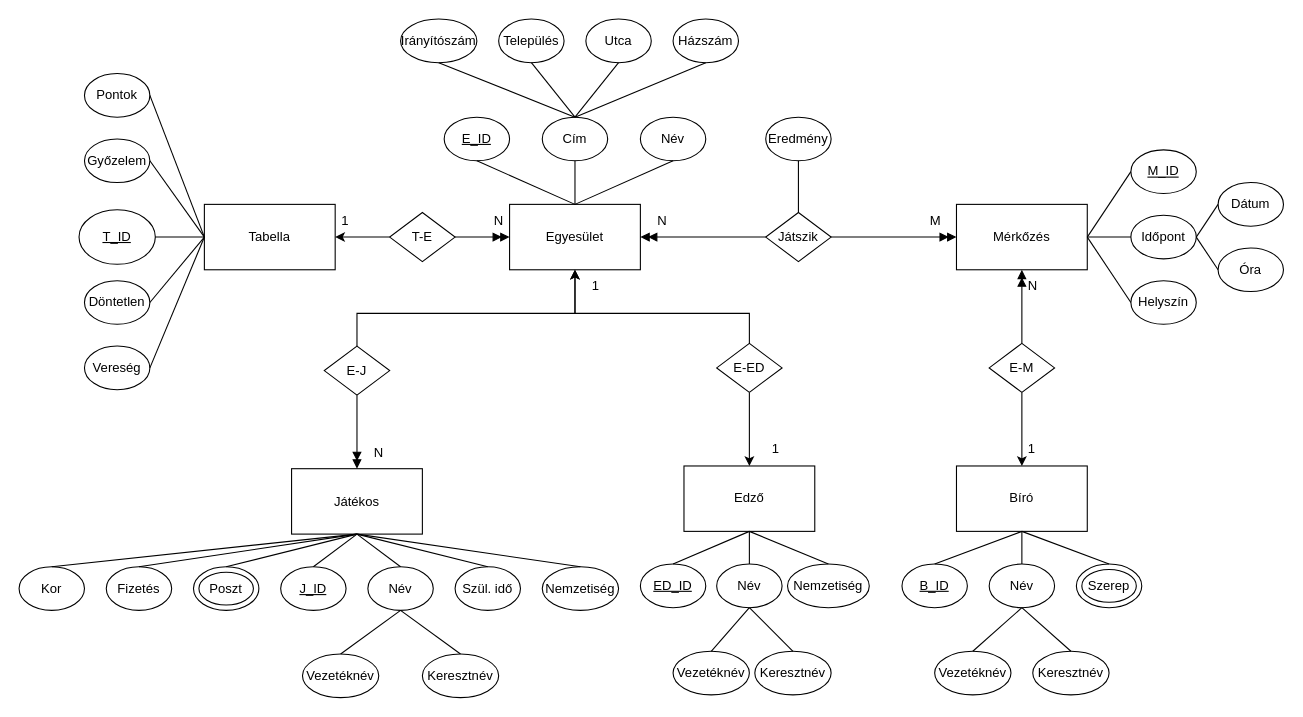
This is XMLTaskWH85ZH/1.Feladat/ERWH85ZH.drawio from NyAgoston/WH85ZH_XMLGyak, a draw.io file, before an edit. Source tidied: cells renumbered, new cells numbered last; positions are measured from the earlier drawing's top-left corner, leaving out a move shared by most shapes. Both pictures are drawn from the tidied source at 109%, with x=0, y=0 at pixel (19, 19).
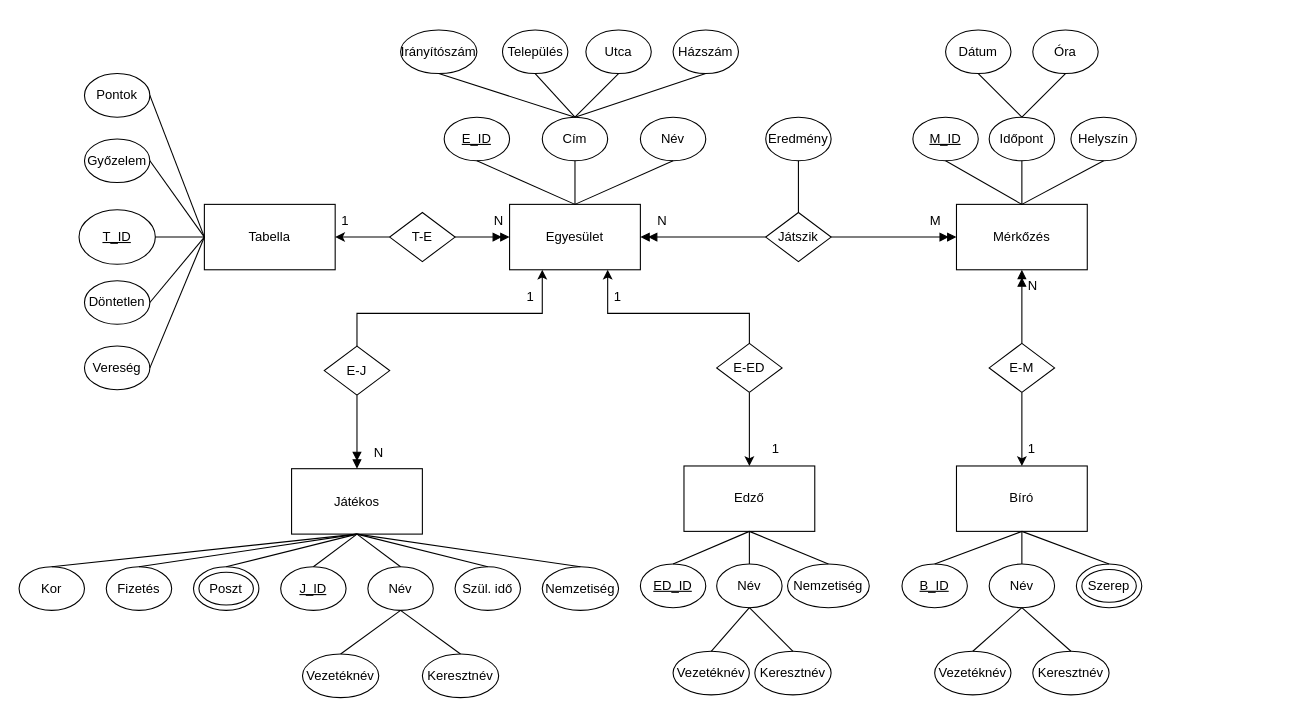
The same diagram, later.

Unchanged cells that the change refers to:
```xml
<mxCell id="3" value="Egyesület" style="rounded=0;whiteSpace=wrap;html=1;" parent="1" vertex="1">
  <mxGeometry x="450" y="170" width="120" height="60" as="geometry" />
</mxCell>
<mxCell id="4" value="Mérkőzés" style="rounded=0;whiteSpace=wrap;html=1;" parent="1" vertex="1">
  <mxGeometry x="860" y="170" width="120" height="60" as="geometry" />
</mxCell>
<mxCell id="73" value="E-J" style="rhombus;whiteSpace=wrap;html=1;" parent="70" vertex="1">
  <mxGeometry x="280" width="60" height="45" as="geometry" />
</mxCell>
<mxCell id="97" value="E-ED" style="rhombus;whiteSpace=wrap;html=1;" parent="1" vertex="1">
  <mxGeometry x="640" y="297.5" width="60" height="45" as="geometry" />
</mxCell>
```

Diff of the diagram source:
```diff
@@
     <mxCell id="21" value="Utca" style="ellipse;whiteSpace=wrap;html=1;" parent="1" vertex="1">
-      <mxGeometry x="520" width="60" height="40" as="geometry" />
+      <mxGeometry x="520" y="10" width="60" height="40" as="geometry" />
     </mxCell>
@@
     <mxCell id="23" value="Irányítószám" style="ellipse;whiteSpace=wrap;html=1;" parent="1" vertex="1">
-      <mxGeometry x="350" width="70" height="40" as="geometry" />
+      <mxGeometry x="350" y="10" width="70" height="40" as="geometry" />
     </mxCell>
     <mxCell id="24" value="Házszám" style="ellipse;whiteSpace=wrap;html=1;" parent="1" vertex="1">
-      <mxGeometry x="600" width="60" height="40" as="geometry" />
+      <mxGeometry x="600" y="10" width="60" height="40" as="geometry" />
     </mxCell>
@@
-    <mxCell id="33" style="edgeStyle=orthogonalEdgeStyle;rounded=0;jettySize=auto;html=1;exitX=0.5;exitY=0;exitDx=0;exitDy=0;entryX=0.5;entryY=1;entryDx=0;entryDy=0;endArrow=classic;endFill=1;" parent="1" edge="1" source="73" target="3">
+    <mxCell id="33" style="edgeStyle=orthogonalEdgeStyle;rounded=0;jettySize=auto;html=1;exitX=0.5;exitY=0;exitDx=0;exitDy=0;entryX=0.25;entryY=1;entryDx=0;entryDy=0;endArrow=classic;endFill=1;" parent="1" edge="1" source="73" target="3">
       <mxGeometry relative="1" as="geometry">
         <Array as="points">
           <mxPoint x="310" y="270" />
-          <mxPoint x="510" y="270" />
+          <mxPoint x="480" y="270" />
         </Array>
       </mxGeometry>
     </mxCell>
-    <mxCell id="34" value="1" style="text;strokeColor=none;fillColor=none;align=left;verticalAlign=middle;spacingLeft=4;spacingRight=4;overflow=hidden;whiteSpace=wrap;html=1;" parent="1" vertex="1">
-      <mxGeometry x="520" y="230" width="20" height="30" as="geometry" />
-    </mxCell>
     <mxCell id="35" value="Település" style="ellipse;whiteSpace=wrap;html=1;" parent="1" vertex="1">
-      <mxGeometry x="440" width="60" height="40" as="geometry" />
+      <mxGeometry x="443.5" y="10" width="60" height="40" as="geometry" />
     </mxCell>
@@
     <mxCell id="49" value="&lt;u&gt;M_ID&lt;/u&gt;" style="ellipse;whiteSpace=wrap;html=1;" parent="1" vertex="1">
-      <mxGeometry x="1020" y="120" width="60" height="40" as="geometry" />
+      <mxGeometry x="820" y="90" width="60" height="40" as="geometry" />
     </mxCell>
     <mxCell id="50" value="Helyszín" style="ellipse;whiteSpace=wrap;html=1;" parent="1" vertex="1">
-      <mxGeometry x="1020" y="240" width="60" height="40" as="geometry" />
+      <mxGeometry x="965" y="90" width="60" height="40" as="geometry" />
     </mxCell>
     <mxCell id="51" value="Időpont" style="ellipse;whiteSpace=wrap;html=1;" parent="1" vertex="1">
-      <mxGeometry x="1020" y="180" width="60" height="40" as="geometry" />
+      <mxGeometry x="890" y="90" width="60" height="40" as="geometry" />
     </mxCell>
     <mxCell id="52" value="Óra" style="ellipse;whiteSpace=wrap;html=1;" parent="1" vertex="1">
-      <mxGeometry x="1100" y="210" width="60" height="40" as="geometry" />
+      <mxGeometry x="930" y="10" width="60" height="40" as="geometry" />
     </mxCell>
     <mxCell id="53" value="Dátum" style="ellipse;whiteSpace=wrap;html=1;" parent="1" vertex="1">
-      <mxGeometry x="1100" y="150" width="60" height="40" as="geometry" />
+      <mxGeometry x="850" y="10" width="60" height="40" as="geometry" />
     </mxCell>
@@
-    <mxCell id="60" style="endArrow=none;html=1;rounded=0;exitX=1;exitY=0.5;exitDx=0;exitDy=0;entryX=0;entryY=0.5;entryDx=0;entryDy=0;" parent="1" edge="1" source="51" target="53">
+    <mxCell id="60" style="endArrow=none;html=1;rounded=0;entryX=0.5;entryY=1;entryDx=0;entryDy=0;exitX=0.5;exitY=0;exitDx=0;exitDy=0;" parent="1" edge="1" source="51" target="53">
       <mxGeometry relative="1" as="geometry" />
     </mxCell>
-    <mxCell id="61" style="endArrow=none;html=1;rounded=0;exitX=1;exitY=0.5;exitDx=0;exitDy=0;entryX=0;entryY=0.5;entryDx=0;entryDy=0;" parent="1" edge="1" source="51" target="52">
+    <mxCell id="61" style="endArrow=none;html=1;rounded=0;exitX=0.5;exitY=0;exitDx=0;exitDy=0;entryX=0.5;entryY=1;entryDx=0;entryDy=0;" parent="1" edge="1" source="51" target="52">
       <mxGeometry relative="1" as="geometry" />
     </mxCell>
-    <mxCell id="62" style="endArrow=none;html=1;rounded=0;exitX=1;exitY=0.5;exitDx=0;exitDy=0;entryX=0;entryY=0.5;entryDx=0;entryDy=0;" parent="1" edge="1" source="4" target="49">
+    <mxCell id="62" style="endArrow=none;html=1;rounded=0;exitX=0.5;exitY=0;exitDx=0;exitDy=0;entryX=0.5;entryY=1;entryDx=0;entryDy=0;" parent="1" edge="1" source="4" target="49">
       <mxGeometry relative="1" as="geometry" />
     </mxCell>
-    <mxCell id="63" style="endArrow=none;html=1;rounded=0;exitX=0;exitY=0.5;exitDx=0;exitDy=0;entryX=1;entryY=0.5;entryDx=0;entryDy=0;" parent="1" edge="1" source="50" target="4">
+    <mxCell id="63" style="endArrow=none;html=1;rounded=0;exitX=0.5;exitY=1;exitDx=0;exitDy=0;entryX=0.5;entryY=0;entryDx=0;entryDy=0;" parent="1" edge="1" source="50" target="4">
       <mxGeometry relative="1" as="geometry" />
     </mxCell>
-    <mxCell id="64" style="endArrow=none;html=1;rounded=0;entryX=1;entryY=0.5;entryDx=0;entryDy=0;exitX=0;exitY=0.5;exitDx=0;exitDy=0;" parent="1" edge="1" source="51" target="4">
+    <mxCell id="64" style="endArrow=none;html=1;rounded=0;entryX=0.5;entryY=0;entryDx=0;entryDy=0;exitX=0.5;exitY=1;exitDx=0;exitDy=0;" parent="1" edge="1" source="51" target="4">
       <mxGeometry relative="1" as="geometry" />
     </mxCell>
@@
-    <mxCell id="95" style="edgeStyle=orthogonalEdgeStyle;rounded=0;jettySize=auto;html=1;exitX=0.5;exitY=0;exitDx=0;exitDy=0;entryX=0.5;entryY=1;entryDx=0;entryDy=0;" parent="1" edge="1" source="97" target="3">
+    <mxCell id="95" style="edgeStyle=orthogonalEdgeStyle;rounded=0;jettySize=auto;html=1;exitX=0.5;exitY=0;exitDx=0;exitDy=0;entryX=0.75;entryY=1;entryDx=0;entryDy=0;" parent="1" edge="1" source="97" target="3">
       <mxGeometry relative="1" as="geometry">
         <Array as="points">
           <mxPoint x="670" y="270" />
-          <mxPoint x="510" y="270" />
+          <mxPoint x="540" y="270" />
         </Array>
       </mxGeometry>
     </mxCell>
@@
+    <mxCell id="34" value="1" style="text;strokeColor=none;fillColor=none;align=left;verticalAlign=middle;spacingLeft=4;spacingRight=4;overflow=hidden;whiteSpace=wrap;html=1;" parent="1" vertex="1">
+      <mxGeometry x="540" y="240" width="20" height="30" as="geometry" />
+    </mxCell>
+    <mxCell id="109" value="1" style="text;strokeColor=none;fillColor=none;align=left;verticalAlign=middle;spacingLeft=4;spacingRight=4;overflow=hidden;whiteSpace=wrap;html=1;" parent="1" vertex="1">
+      <mxGeometry x="460" y="240" width="20" height="30" as="geometry" />
+    </mxCell>
```
